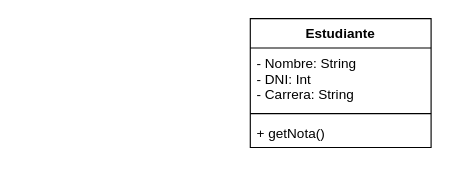
Alejandr0-Castillo/Desarrollo-De-Software-Alejandro keeps this draw.io diagram as Diagrama.drawio. Above is the earlier version. Source tidied: cells renumbered, new cells numbered last; positions are measured from the earlier drawing's top-left corner, leaving out a move shared by most shapes. Both pictures are drawn from the tidied source at 113%, with x=0, y=0 at pixel (250, 18).
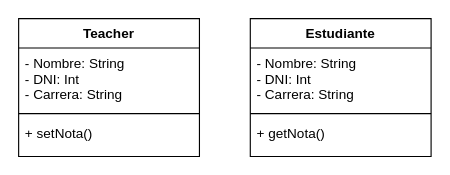
The same diagram, later.

Change to the diagram source:
```diff
@@
 <mxGraphModel>
   <root>
     <mxCell id="0" />
     <mxCell id="1" parent="0" />
     <mxCell id="2" value="Estudiante" style="swimlane;fontStyle=1;align=center;verticalAlign=top;horizontal=1;startSize=26;" parent="1" vertex="1">
-      <mxGeometry width="160" height="114" as="geometry" />
+      <mxGeometry width="160" height="122" as="geometry" />
     </mxCell>
     <mxCell id="3" value="- Nombre: String&#10;- DNI: Int&#10;- Carrera: String" style="text;strokeColor=none;fillColor=none;align=left;verticalAlign=top;spacingLeft=4;spacingRight=4;overflow=hidden;" parent="2" vertex="1">
       <mxGeometry y="26" width="160" height="54" as="geometry" />
     </mxCell>
     <mxCell id="4" style="line;strokeWidth=1;fillColor=none;align=left;verticalAlign=middle;spacingTop=-1;spacingLeft=3;spacingRight=3;labelPosition=right;strokeColor=inherit;" parent="2" vertex="1">
       <mxGeometry y="80" width="160" height="8" as="geometry" />
     </mxCell>
     <mxCell id="5" value="+ getNota()" style="text;strokeColor=none;fillColor=none;align=left;verticalAlign=top;spacingLeft=4;spacingRight=4;overflow=hidden;" parent="2" vertex="1">
-      <mxGeometry y="88" width="160" height="26" as="geometry" />
+      <mxGeometry y="88" width="160" height="34" as="geometry" />
     </mxCell>
+    <mxCell id="6" value="Teacher" style="swimlane;fontStyle=1;align=center;verticalAlign=top;horizontal=1;startSize=26;" parent="1" vertex="1">
+      <mxGeometry x="-205" width="160" height="122" as="geometry" />
+    </mxCell>
+    <mxCell id="7" value="- Nombre: String&#10;- DNI: Int&#10;- Carrera: String" style="text;strokeColor=none;fillColor=none;align=left;verticalAlign=top;spacingLeft=4;spacingRight=4;overflow=hidden;" parent="6" vertex="1">
+      <mxGeometry y="26" width="160" height="54" as="geometry" />
+    </mxCell>
+    <mxCell id="8" style="line;strokeWidth=1;fillColor=none;align=left;verticalAlign=middle;spacingTop=-1;spacingLeft=3;spacingRight=3;labelPosition=right;strokeColor=inherit;" parent="6" vertex="1">
+      <mxGeometry y="80" width="160" height="8" as="geometry" />
+    </mxCell>
+    <mxCell id="9" value="+ setNota()" style="text;strokeColor=none;fillColor=none;align=left;verticalAlign=top;spacingLeft=4;spacingRight=4;overflow=hidden;" parent="6" vertex="1">
+      <mxGeometry y="88" width="160" height="34" as="geometry" />
+    </mxCell>
   </root>
 </mxGraphModel>
```
